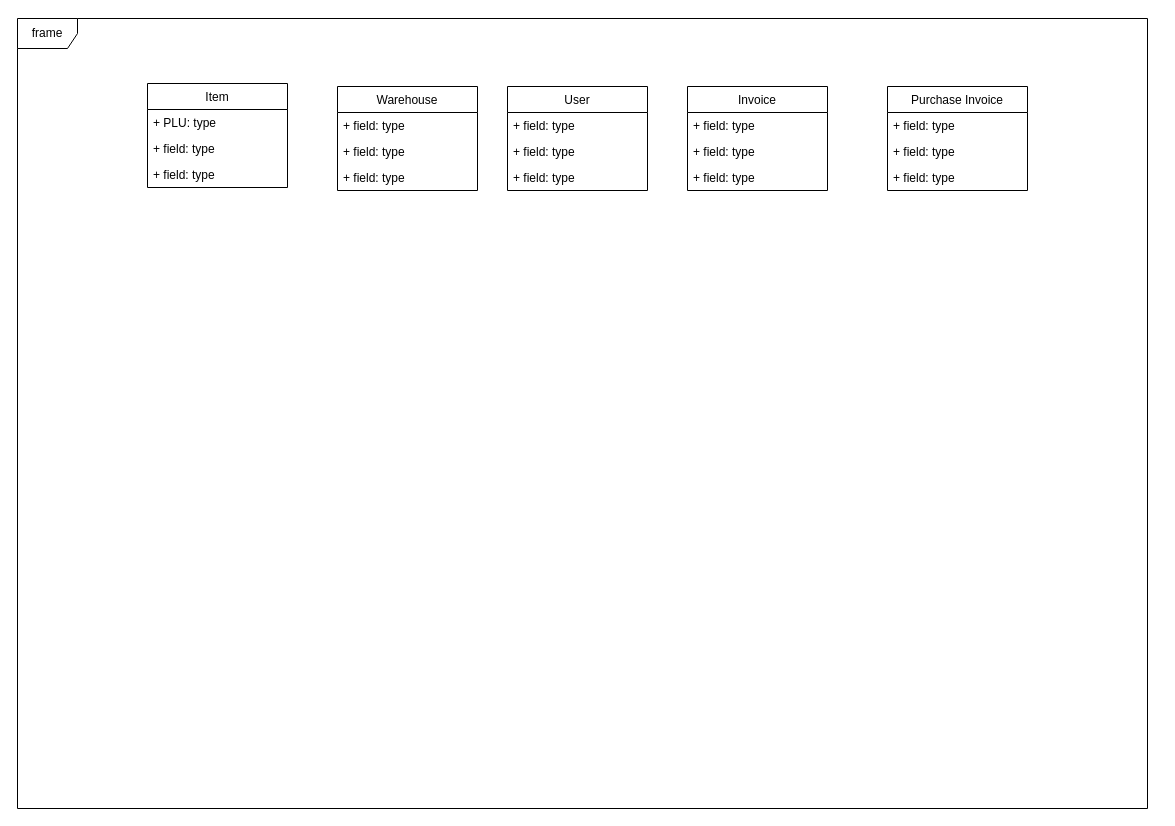
Before: Untitled Diagram.drawio in Dangeroo/BlazorFileReader, a draw.io diagram. Source tidied: cells renumbered, new cells numbered last; positions are measured from the earlier drawing's top-left corner, leaving out a move shared by most shapes. Both pictures are drawn from the tidied source at 100%, with x=0, y=0 at pixel (17, 18).
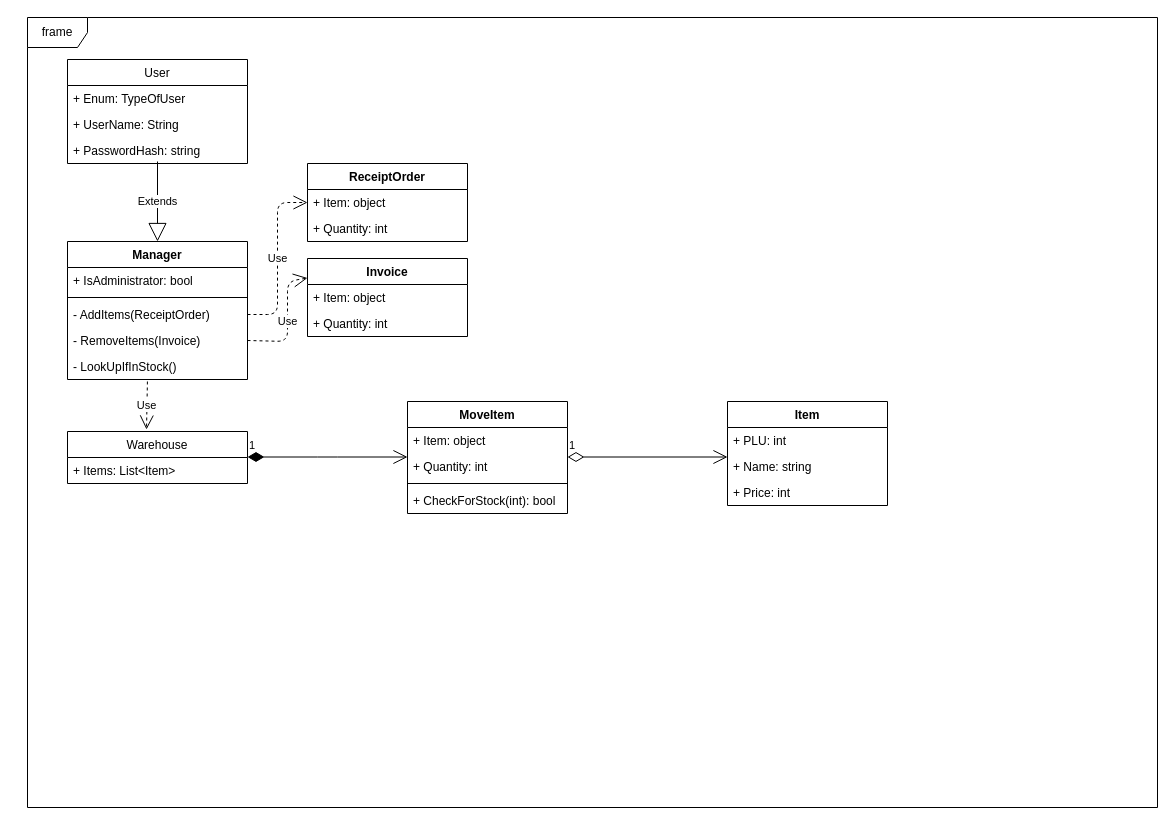
Above is the later version.

What changed in the source:
```diff
@@
     <mxCell id="7" value="frame" style="shape=umlFrame;whiteSpace=wrap;html=1;" parent="1" vertex="1">
-      <mxGeometry width="1130" height="790" as="geometry" />
+      <mxGeometry x="10" y="-1" width="1130" height="790" as="geometry" />
     </mxCell>
-    <mxCell id="8" value="Purchase Invoice" style="swimlane;fontStyle=0;horizontal=1;startSize=26;fillColor=none;" parent="1" vertex="1">
-      <mxGeometry x="870" y="68" width="140" height="104" as="geometry" />
-    </mxCell>
-    <mxCell id="9" value="+ field: type" style="text;strokeColor=none;fillColor=none;align=left;verticalAlign=top;spacingLeft=4;spacingRight=4;overflow=hidden;" parent="8" vertex="1">
-      <mxGeometry y="26" width="140" height="26" as="geometry" />
-    </mxCell>
-    <mxCell id="10" value="+ field: type" style="text;strokeColor=none;fillColor=none;align=left;verticalAlign=top;spacingLeft=4;spacingRight=4;overflow=hidden;" parent="8" vertex="1">
-      <mxGeometry y="52" width="140" height="26" as="geometry" />
-    </mxCell>
-    <mxCell id="11" value="+ field: type" style="text;strokeColor=none;fillColor=none;align=left;verticalAlign=top;spacingLeft=4;spacingRight=4;overflow=hidden;" parent="8" vertex="1">
-      <mxGeometry y="78" width="140" height="26" as="geometry" />
-    </mxCell>
+    <mxCell id="28" value="1" style="endArrow=open;html=1;endSize=12;startArrow=diamondThin;startSize=14;startFill=1;edgeStyle=orthogonalEdgeStyle;align=left;verticalAlign=bottom;" parent="1" edge="1">
+      <mxGeometry x="-1" y="3" relative="1" as="geometry">
+        <mxPoint x="230" y="438.5" as="sourcePoint" />
+        <mxPoint x="390" y="438.5" as="targetPoint" />
+        <Array as="points">
+          <mxPoint x="310" y="438.8" />
+          <mxPoint x="310" y="438.8" />
+        </Array>
+      </mxGeometry>
+    </mxCell>
+    <mxCell id="29" value="Extends" style="endArrow=block;endSize=16;endFill=0;html=1;" parent="1" edge="1" target="34">
+      <mxGeometry relative="1" as="geometry">
+        <mxPoint x="140" y="143" as="sourcePoint" />
+      </mxGeometry>
+    </mxCell>
+    <mxCell id="30" value="Use" style="endArrow=open;endSize=12;dashed=1;html=1;entryX=0;entryY=0.5;entryDx=0;entryDy=0;exitX=1;exitY=0.5;exitDx=0;exitDy=0;" parent="1" edge="1" source="37" target="41">
+      <mxGeometry relative="1" as="geometry">
+        <Array as="points">
+          <mxPoint x="260" y="296" />
+          <mxPoint x="260" y="184" />
+        </Array>
+      </mxGeometry>
+    </mxCell>
+    <mxCell id="31" value="Use" style="endArrow=open;endSize=12;dashed=1;html=1;entryX=0;entryY=0.25;entryDx=0;entryDy=0;exitX=1;exitY=0.5;exitDx=0;exitDy=0;" parent="1" edge="1" source="38" target="12">
+      <mxGeometry relative="1" as="geometry">
+        <Array as="points">
+          <mxPoint x="270" y="323" />
+          <mxPoint x="270" y="263" />
+        </Array>
+      </mxGeometry>
+    </mxCell>
+    <mxCell id="32" value="1" style="endArrow=open;html=1;endSize=12;startArrow=diamondThin;startSize=14;startFill=0;edgeStyle=orthogonalEdgeStyle;align=left;verticalAlign=bottom;" parent="1" edge="1">
+      <mxGeometry x="-1" y="3" relative="1" as="geometry">
+        <mxPoint x="550" y="438.5" as="sourcePoint" />
+        <mxPoint x="710" y="438.5" as="targetPoint" />
+      </mxGeometry>
+    </mxCell>
+    <mxCell id="33" value="Use" style="endArrow=open;endSize=12;dashed=1;html=1;exitX=0.444;exitY=1.077;exitDx=0;exitDy=0;exitPerimeter=0;entryX=0.439;entryY=-0.038;entryDx=0;entryDy=0;entryPerimeter=0;" parent="1" edge="1" source="39" target="20">
+      <mxGeometry relative="1" as="geometry" />
+    </mxCell>
+    <mxCell id="34" value="Manager" style="swimlane;fontStyle=1;align=center;verticalAlign=top;horizontal=1;startSize=26;" parent="1" vertex="1">
+      <mxGeometry x="50" y="223" width="180" height="138" as="geometry" />
+    </mxCell>
+    <mxCell id="35" value="+ IsAdministrator: bool" style="text;strokeColor=none;fillColor=none;align=left;verticalAlign=top;spacingLeft=4;spacingRight=4;overflow=hidden;" parent="34" vertex="1">
+      <mxGeometry y="26" width="180" height="26" as="geometry" />
+    </mxCell>
+    <mxCell id="36" style="line;strokeWidth=1;fillColor=none;align=left;verticalAlign=middle;spacingTop=-1;spacingLeft=3;spacingRight=3;labelPosition=right;" parent="34" vertex="1">
+      <mxGeometry y="52" width="180" height="8" as="geometry" />
+    </mxCell>
+    <mxCell id="37" value="- AddItems(ReceiptOrder)" style="text;strokeColor=none;fillColor=none;align=left;verticalAlign=top;spacingLeft=4;spacingRight=4;overflow=hidden;points=[[0,0.5],[1,0.5]];portConstraint=eastwest;fontStyle=0;" parent="34" vertex="1">
+      <mxGeometry y="60" width="180" height="26" as="geometry" />
+    </mxCell>
+    <mxCell id="38" value="- RemoveItems(Invoice)" style="text;strokeColor=none;fillColor=none;align=left;verticalAlign=top;spacingLeft=4;spacingRight=4;overflow=hidden;points=[[0,0.5],[1,0.5]];portConstraint=eastwest;fontStyle=0;" parent="34" vertex="1">
+      <mxGeometry y="86" width="180" height="26" as="geometry" />
+    </mxCell>
+    <mxCell id="39" value="- LookUpIfInStock()" style="text;strokeColor=none;fillColor=none;align=left;verticalAlign=top;spacingLeft=4;spacingRight=4;overflow=hidden;points=[[0,0.5],[1,0.5]];portConstraint=eastwest;fontStyle=0;" parent="34" vertex="1">
+      <mxGeometry y="112" width="180" height="26" as="geometry" />
+    </mxCell>
+    <mxCell id="40" value="ReceiptOrder" style="swimlane;fontStyle=1;align=center;verticalAlign=top;horizontal=1;startSize=26;" parent="1" vertex="1">
+      <mxGeometry x="290" y="145" width="160" height="78" as="geometry" />
+    </mxCell>
+    <mxCell id="41" value="+ Item: object" style="text;strokeColor=none;fillColor=none;align=left;verticalAlign=top;spacingLeft=4;spacingRight=4;overflow=hidden;points=[[0,0.5],[1,0.5]];portConstraint=eastwest;" parent="40" vertex="1">
+      <mxGeometry y="26" width="160" height="26" as="geometry" />
+    </mxCell>
+    <mxCell id="42" value="+ Quantity: int" style="text;strokeColor=none;fillColor=none;align=left;verticalAlign=top;spacingLeft=4;spacingRight=4;overflow=hidden;" parent="40" vertex="1">
+      <mxGeometry y="52" width="160" height="26" as="geometry" />
+    </mxCell>
-    <mxCell id="12" value="Invoice" style="swimlane;fontStyle=0;horizontal=1;startSize=26;fillColor=none;" parent="1" vertex="1">
-      <mxGeometry x="670" y="68" width="140" height="104" as="geometry" />
+    <mxCell id="12" value="Invoice" style="swimlane;fontStyle=1;align=center;verticalAlign=top;horizontal=1;startSize=26;" parent="1" vertex="1">
+      <mxGeometry x="290" y="240" width="160" height="78" as="geometry" />
     </mxCell>
-    <mxCell id="13" value="+ field: type" style="text;strokeColor=none;fillColor=none;align=left;verticalAlign=top;spacingLeft=4;spacingRight=4;overflow=hidden;" parent="12" vertex="1">
-      <mxGeometry y="26" width="140" height="26" as="geometry" />
-    </mxCell>
-    <mxCell id="14" value="+ field: type" style="text;strokeColor=none;fillColor=none;align=left;verticalAlign=top;spacingLeft=4;spacingRight=4;overflow=hidden;" parent="12" vertex="1">
-      <mxGeometry y="52" width="140" height="26" as="geometry" />
-    </mxCell>
-    <mxCell id="15" value="+ field: type" style="text;strokeColor=none;fillColor=none;align=left;verticalAlign=top;spacingLeft=4;spacingRight=4;overflow=hidden;" parent="12" vertex="1">
-      <mxGeometry y="78" width="140" height="26" as="geometry" />
-    </mxCell>
+    <mxCell id="43" value="+ Item: object" style="text;strokeColor=none;fillColor=none;align=left;verticalAlign=top;spacingLeft=4;spacingRight=4;overflow=hidden;" parent="12" vertex="1">
+      <mxGeometry y="26" width="160" height="26" as="geometry" />
+    </mxCell>
+    <mxCell id="44" value="+ Quantity: int" style="text;strokeColor=none;fillColor=none;align=left;verticalAlign=top;spacingLeft=4;spacingRight=4;overflow=hidden;" parent="12" vertex="1">
+      <mxGeometry y="52" width="160" height="26" as="geometry" />
+    </mxCell>
     <mxCell id="16" value="User" style="swimlane;fontStyle=0;horizontal=1;startSize=26;fillColor=none;" parent="1" vertex="1">
-      <mxGeometry x="490" y="68" width="140" height="104" as="geometry" />
+      <mxGeometry x="50" y="41" width="180" height="104" as="geometry" />
     </mxCell>
-    <mxCell id="17" value="+ field: type" style="text;strokeColor=none;fillColor=none;align=left;verticalAlign=top;spacingLeft=4;spacingRight=4;overflow=hidden;" parent="16" vertex="1">
-      <mxGeometry y="26" width="140" height="26" as="geometry" />
+    <mxCell id="17" value="+ Enum: TypeOfUser" style="text;strokeColor=none;fillColor=none;align=left;verticalAlign=top;spacingLeft=4;spacingRight=4;overflow=hidden;" parent="16" vertex="1">
+      <mxGeometry y="26" width="180" height="26" as="geometry" />
     </mxCell>
-    <mxCell id="18" value="+ field: type" style="text;strokeColor=none;fillColor=none;align=left;verticalAlign=top;spacingLeft=4;spacingRight=4;overflow=hidden;" parent="16" vertex="1">
-      <mxGeometry y="52" width="140" height="26" as="geometry" />
+    <mxCell id="18" value="+ UserName: String" style="text;strokeColor=none;fillColor=none;align=left;verticalAlign=top;spacingLeft=4;spacingRight=4;overflow=hidden;" parent="16" vertex="1">
+      <mxGeometry y="52" width="180" height="26" as="geometry" />
     </mxCell>
-    <mxCell id="19" value="+ field: type" style="text;strokeColor=none;fillColor=none;align=left;verticalAlign=top;spacingLeft=4;spacingRight=4;overflow=hidden;" parent="16" vertex="1">
-      <mxGeometry y="78" width="140" height="26" as="geometry" />
+    <mxCell id="19" value="+ PasswordHash: string" style="text;strokeColor=none;fillColor=none;align=left;verticalAlign=top;spacingLeft=4;spacingRight=4;overflow=hidden;" parent="16" vertex="1">
+      <mxGeometry y="78" width="180" height="26" as="geometry" />
     </mxCell>
     <mxCell id="20" value="Warehouse" style="swimlane;fontStyle=0;horizontal=1;startSize=26;fillColor=none;" parent="1" vertex="1">
-      <mxGeometry x="320" y="68" width="140" height="104" as="geometry" />
+      <mxGeometry x="50" y="413" width="180" height="52" as="geometry" />
     </mxCell>
-    <mxCell id="21" value="+ field: type" style="text;strokeColor=none;fillColor=none;align=left;verticalAlign=top;spacingLeft=4;spacingRight=4;overflow=hidden;" parent="20" vertex="1">
-      <mxGeometry y="26" width="140" height="26" as="geometry" />
-    </mxCell>
-    <mxCell id="22" value="+ field: type" style="text;strokeColor=none;fillColor=none;align=left;verticalAlign=top;spacingLeft=4;spacingRight=4;overflow=hidden;" parent="20" vertex="1">
-      <mxGeometry y="52" width="140" height="26" as="geometry" />
-    </mxCell>
-    <mxCell id="23" value="+ field: type" style="text;strokeColor=none;fillColor=none;align=left;verticalAlign=top;spacingLeft=4;spacingRight=4;overflow=hidden;" parent="20" vertex="1">
-      <mxGeometry y="78" width="140" height="26" as="geometry" />
-    </mxCell>
+    <mxCell id="45" value="+ Items: List&lt;Item&gt;" style="text;strokeColor=none;fillColor=none;align=left;verticalAlign=top;spacingLeft=4;spacingRight=4;overflow=hidden;" parent="20" vertex="1">
+      <mxGeometry y="26" width="180" height="26" as="geometry" />
+    </mxCell>
+    <mxCell id="46" value="MoveItem" style="swimlane;fontStyle=1;align=center;verticalAlign=top;horizontal=1;startSize=26;" parent="1" vertex="1">
+      <mxGeometry x="390" y="383" width="160" height="112" as="geometry" />
+    </mxCell>
+    <mxCell id="47" value="+ Item: object" style="text;strokeColor=none;fillColor=none;align=left;verticalAlign=top;spacingLeft=4;spacingRight=4;overflow=hidden;" parent="46" vertex="1">
+      <mxGeometry y="26" width="160" height="26" as="geometry" />
+    </mxCell>
+    <mxCell id="48" value="+ Quantity: int" style="text;strokeColor=none;fillColor=none;align=left;verticalAlign=top;spacingLeft=4;spacingRight=4;overflow=hidden;" parent="46" vertex="1">
+      <mxGeometry y="52" width="160" height="26" as="geometry" />
+    </mxCell>
+    <mxCell id="49" style="line;strokeWidth=1;fillColor=none;align=left;verticalAlign=middle;spacingTop=-1;spacingLeft=3;spacingRight=3;labelPosition=right;" parent="46" vertex="1">
+      <mxGeometry y="78" width="160" height="8" as="geometry" />
+    </mxCell>
+    <mxCell id="50" value="+ CheckForStock(int): bool" style="text;strokeColor=none;fillColor=none;align=left;verticalAlign=top;spacingLeft=4;spacingRight=4;overflow=hidden;" parent="46" vertex="1">
+      <mxGeometry y="86" width="160" height="26" as="geometry" />
+    </mxCell>
-    <mxCell id="24" value="Item" style="swimlane;fontStyle=0;horizontal=1;startSize=26;fillColor=none;" parent="1" vertex="1">
-      <mxGeometry x="130" y="65" width="140" height="104" as="geometry" />
+    <mxCell id="24" value="Item" style="swimlane;fontStyle=1;horizontal=1;startSize=26;fillColor=none;" parent="1" vertex="1">
+      <mxGeometry x="710" y="383" width="160" height="104" as="geometry" />
     </mxCell>
-    <mxCell id="25" value="+ PLU: type" style="text;strokeColor=none;fillColor=none;align=left;verticalAlign=top;spacingLeft=4;spacingRight=4;overflow=hidden;" parent="24" vertex="1">
-      <mxGeometry y="26" width="140" height="26" as="geometry" />
+    <mxCell id="25" value="+ PLU: int" style="text;strokeColor=none;fillColor=none;align=left;verticalAlign=top;spacingLeft=4;spacingRight=4;overflow=hidden;" parent="24" vertex="1">
+      <mxGeometry y="26" width="160" height="26" as="geometry" />
     </mxCell>
-    <mxCell id="26" value="+ field: type" style="text;strokeColor=none;fillColor=none;align=left;verticalAlign=top;spacingLeft=4;spacingRight=4;overflow=hidden;" parent="24" vertex="1">
-      <mxGeometry y="52" width="140" height="26" as="geometry" />
+    <mxCell id="26" value="+ Name: string" style="text;strokeColor=none;fillColor=none;align=left;verticalAlign=top;spacingLeft=4;spacingRight=4;overflow=hidden;" parent="24" vertex="1">
+      <mxGeometry y="52" width="160" height="26" as="geometry" />
     </mxCell>
-    <mxCell id="27" value="+ field: type" style="text;strokeColor=none;fillColor=none;align=left;verticalAlign=top;spacingLeft=4;spacingRight=4;overflow=hidden;" parent="24" vertex="1">
-      <mxGeometry y="78" width="140" height="26" as="geometry" />
+    <mxCell id="27" value="+ Price: int" style="text;strokeColor=none;fillColor=none;align=left;verticalAlign=top;spacingLeft=4;spacingRight=4;overflow=hidden;" parent="24" vertex="1">
+      <mxGeometry y="78" width="160" height="26" as="geometry" />
     </mxCell>
```
